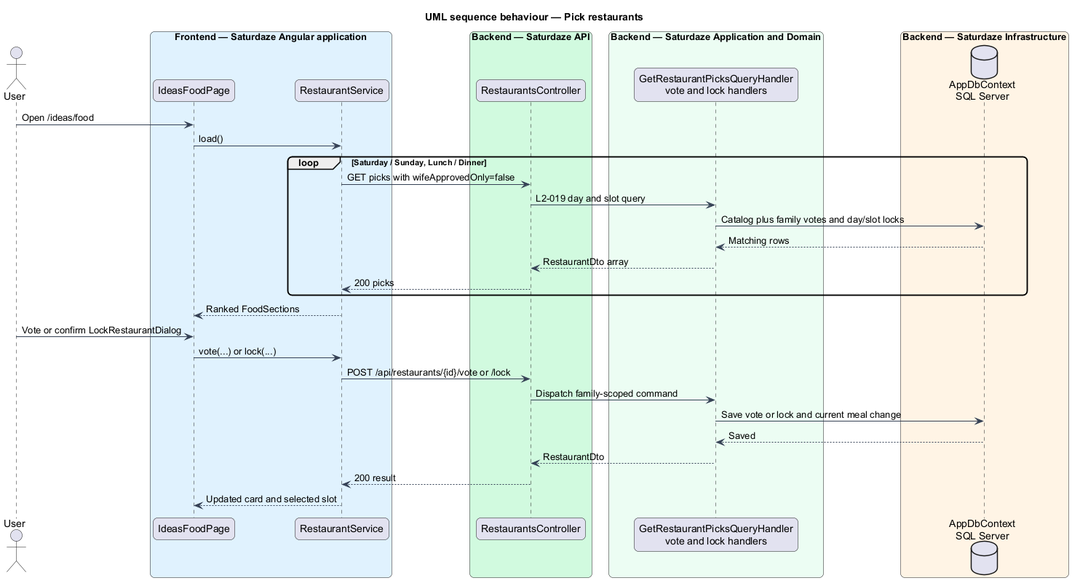
The PlantUML diagram docs/detailed-designs/discovery/pick-restaurants/diagrams/sequence-pick-restaurants.png in QuinntyneBrown/saturdaze, before a commit.
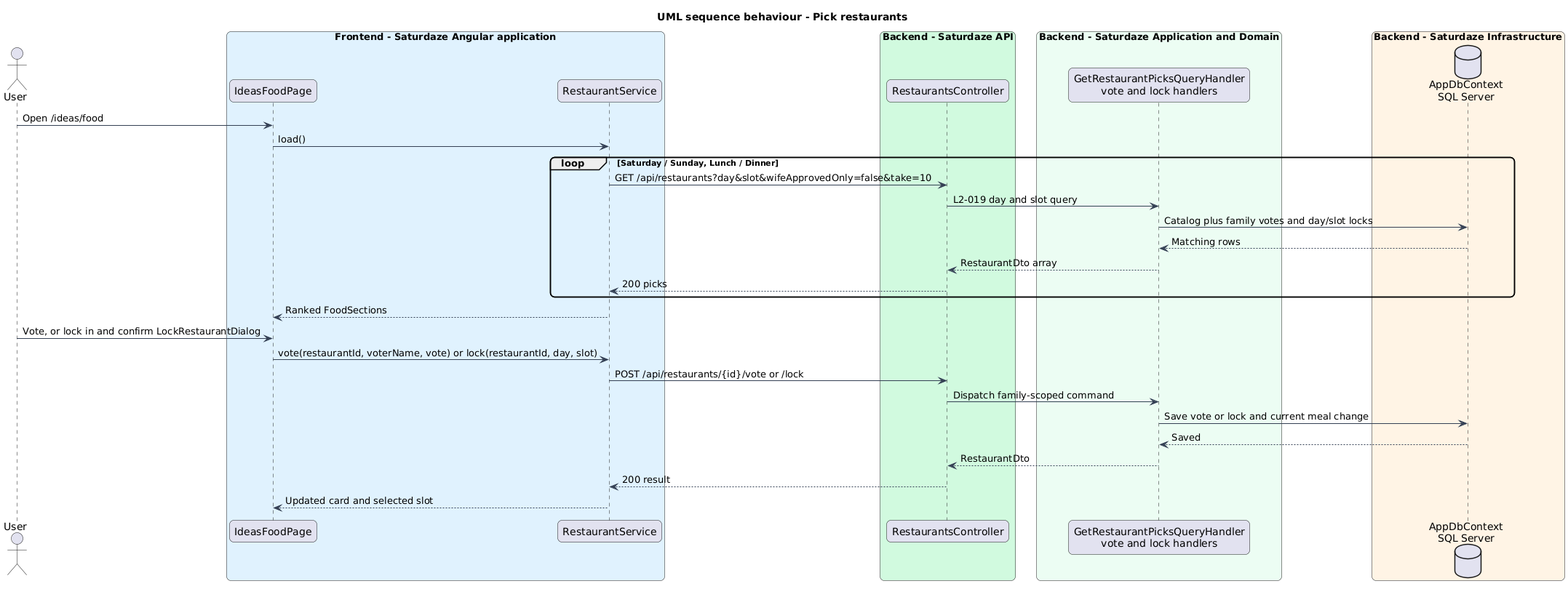
After the commit.

What changed in the source:
```diff
@@ -1,28 +1,28 @@
 @startuml
-title UML sequence behaviour — Pick restaurants
+title UML sequence behaviour - Pick restaurants
 skinparam backgroundColor #FFFFFF
 skinparam shadowing false
 skinparam roundcorner 12
 skinparam defaultFontName Arial
 skinparam ArrowColor #344054
 actor "User" as actor
-box "Frontend — Saturdaze Angular application" #E0F2FE
+box "Frontend - Saturdaze Angular application" #E0F2FE
  participant "IdeasFoodPage" as page
  participant "RestaurantService" as client
 end box
-box "Backend — Saturdaze API" #D1FADF
+box "Backend - Saturdaze API" #D1FADF
  participant "RestaurantsController" as controller
 end box
-box "Backend — Saturdaze Application and Domain" #ECFDF3
+box "Backend - Saturdaze Application and Domain" #ECFDF3
  participant "GetRestaurantPicksQueryHandler\nvote and lock handlers" as handler
 end box
-box "Backend — Saturdaze Infrastructure" #FFF4E5
+box "Backend - Saturdaze Infrastructure" #FFF4E5
  database "AppDbContext\nSQL Server" as db
 end box
 actor -> page : Open /ideas/food
 page -> client : load()
 loop Saturday / Sunday, Lunch / Dinner
-client -> controller : GET picks with wifeApprovedOnly=false
+client -> controller : GET /api/restaurants?day&slot&wifeApprovedOnly=false&take=10
 controller -> handler : L2-019 day and slot query
 handler -> db : Catalog plus family votes and day/slot locks
 db --> handler : Matching rows
@@ -30,8 +30,8 @@
 controller --> client : 200 picks
 end
 client --> page : Ranked FoodSections
-actor -> page : Vote or confirm LockRestaurantDialog
-page -> client : vote(...) or lock(...)
+actor -> page : Vote, or lock in and confirm LockRestaurantDialog
+page -> client : vote(restaurantId, voterName, vote) or lock(restaurantId, day, slot)
 client -> controller : POST /api/restaurants/{id}/vote or /lock
 controller -> handler : Dispatch family-scoped command
 handler -> db : Save vote or lock and current meal change
```
